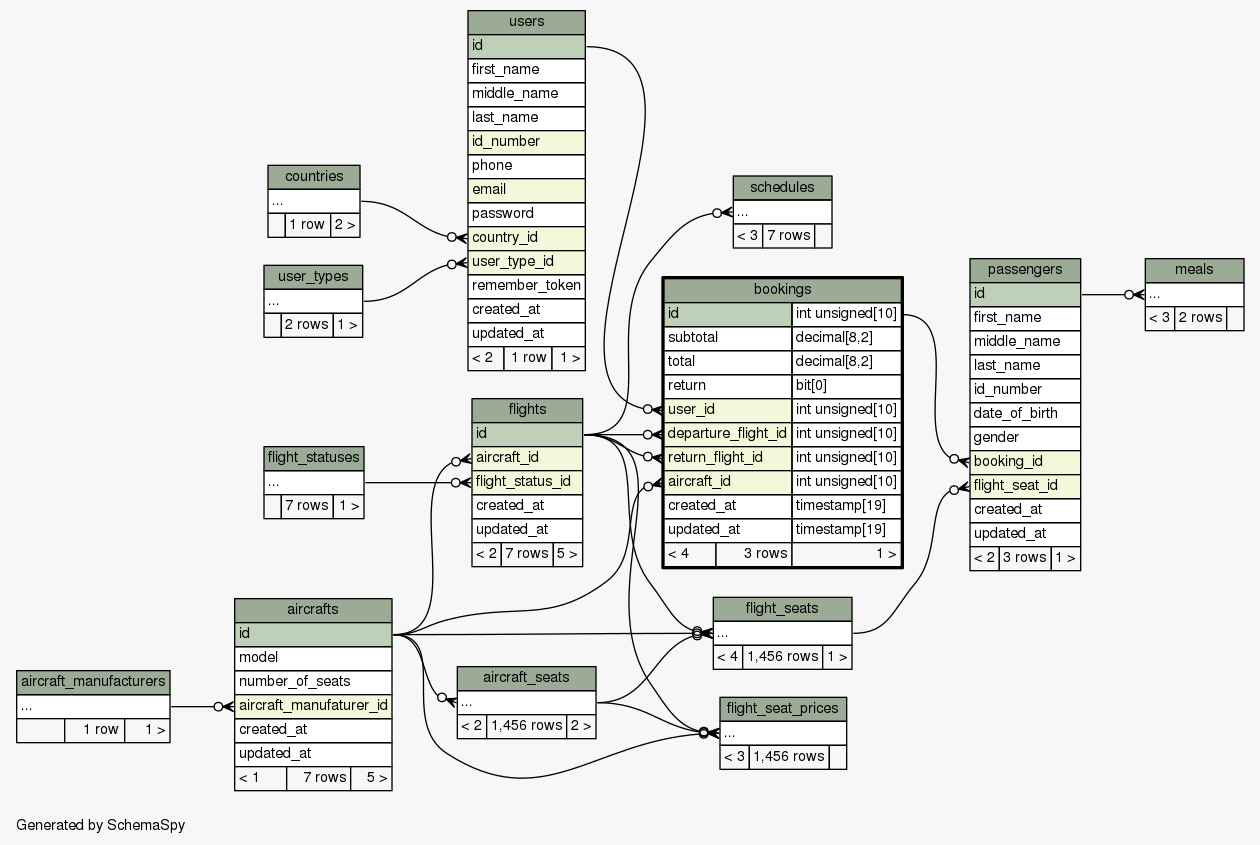
Above: web/app/database/schema/diagrams/bookings.2degrees.png in joaonzangoII/flightbookingsystem (Graphviz), before the change. Its source is kept beside it as web/app/database/schema/diagrams/bookings.1degree.dot.
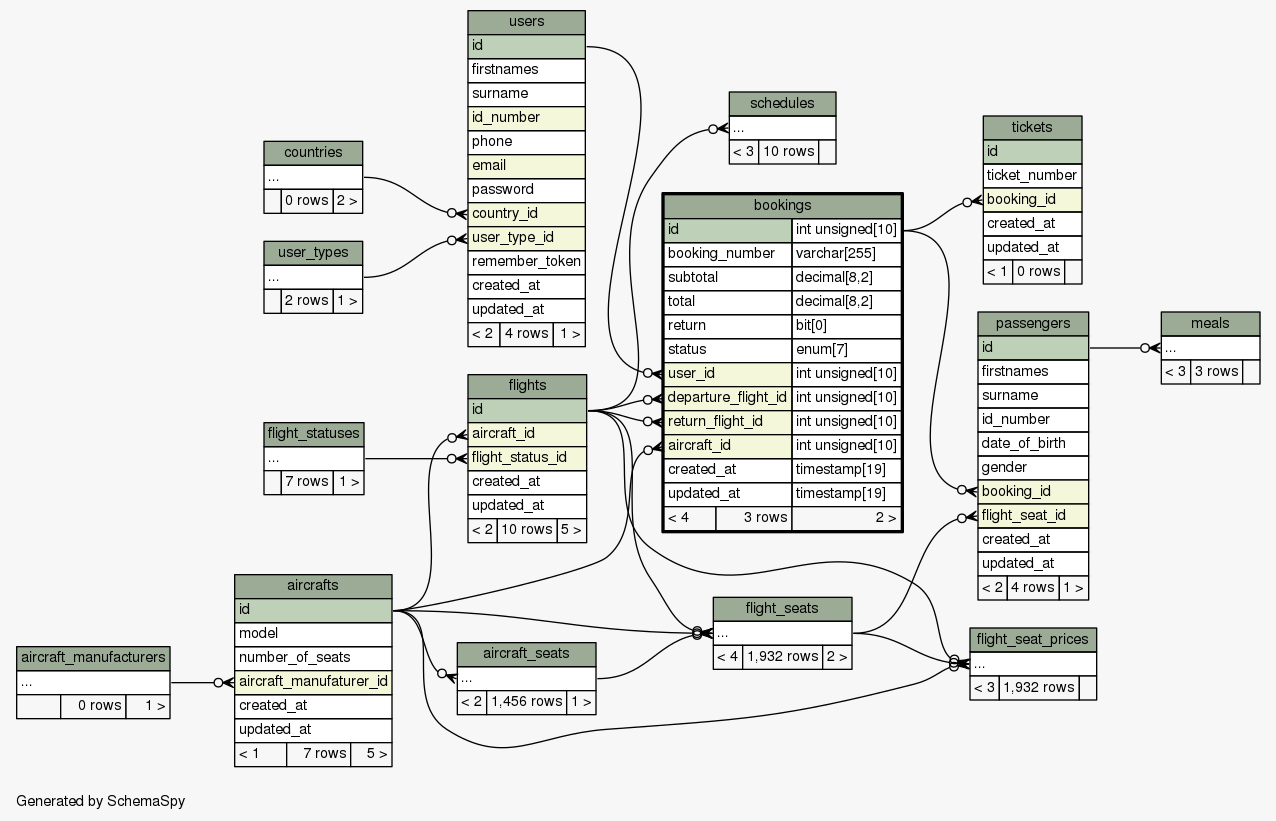
Above is the later version.

The edit, as a diff of the source:
```diff
@@ -23,6 +23,7 @@
   "bookings":"user_id":w -> "users":"id":e [arrowhead=none dir=back arrowtail=crowodot];
   "flights":"aircraft_id":w -> "aircrafts":"id":e [arrowhead=none dir=back arrowtail=crowodot];
   "passengers":"booking_id":w -> "bookings":"id.type":e [arrowhead=none dir=back arrowtail=crowodot];
+  "tickets":"booking_id":w -> "bookings":"id.type":e [arrowhead=none dir=back arrowtail=crowodot];
   "aircrafts" [
     label=<
     <TABLE BORDER="0" CELLBORDER="1" CELLSPACING="0" BGCOLOR="#ffffff">
@@ -43,16 +44,18 @@
     <TABLE BORDER="2" CELLBORDER="1" CELLSPACING="0" BGCOLOR="#ffffff">
       <TR><TD COLSPAN="3" BGCOLOR="#9bab96" ALIGN="CENTER">bookings</TD></TR>
       <TR><TD PORT="id" COLSPAN="2" BGCOLOR="#bed1b8" ALIGN="LEFT">id</TD><TD PORT="id.type" ALIGN="LEFT">int unsigned[10]</TD></TR>
+      <TR><TD PORT="booking_number" COLSPAN="2" ALIGN="LEFT">booking_number</TD><TD PORT="booking_number.type" ALIGN="LEFT">varchar[255]</TD></TR>
       <TR><TD PORT="subtotal" COLSPAN="2" ALIGN="LEFT">subtotal</TD><TD PORT="subtotal.type" ALIGN="LEFT">decimal[8,2]</TD></TR>
       <TR><TD PORT="total" COLSPAN="2" ALIGN="LEFT">total</TD><TD PORT="total.type" ALIGN="LEFT">decimal[8,2]</TD></TR>
       <TR><TD PORT="return" COLSPAN="2" ALIGN="LEFT">return</TD><TD PORT="return.type" ALIGN="LEFT">bit[0]</TD></TR>
+      <TR><TD PORT="status" COLSPAN="2" ALIGN="LEFT">status</TD><TD PORT="status.type" ALIGN="LEFT">enum[7]</TD></TR>
       <TR><TD PORT="user_id" COLSPAN="2" BGCOLOR="#f4f7da" ALIGN="LEFT">user_id</TD><TD PORT="user_id.type" ALIGN="LEFT">int unsigned[10]</TD></TR>
       <TR><TD PORT="departure_flight_id" COLSPAN="2" BGCOLOR="#f4f7da" ALIGN="LEFT">departure_flight_id</TD><TD PORT="departure_flight_id.type" ALIGN="LEFT">int unsigned[10]</TD></TR>
       <TR><TD PORT="return_flight_id" COLSPAN="2" BGCOLOR="#f4f7da" ALIGN="LEFT">return_flight_id</TD><TD PORT="return_flight_id.type" ALIGN="LEFT">int unsigned[10]</TD></TR>
       <TR><TD PORT="aircraft_id" COLSPAN="2" BGCOLOR="#f4f7da" ALIGN="LEFT">aircraft_id</TD><TD PORT="aircraft_id.type" ALIGN="LEFT">int unsigned[10]</TD></TR>
       <TR><TD PORT="created_at" COLSPAN="2" ALIGN="LEFT">created_at</TD><TD PORT="created_at.type" ALIGN="LEFT">timestamp[19]</TD></TR>
       <TR><TD PORT="updated_at" COLSPAN="2" ALIGN="LEFT">updated_at</TD><TD PORT="updated_at.type" ALIGN="LEFT">timestamp[19]</TD></TR>
-      <TR><TD ALIGN="LEFT" BGCOLOR="#f7f7f7">&lt; 4</TD><TD ALIGN="RIGHT" BGCOLOR="#f7f7f7">3 rows</TD><TD ALIGN="RIGHT" BGCOLOR="#f7f7f7">1 &gt;</TD></TR>
+      <TR><TD ALIGN="LEFT" BGCOLOR="#f7f7f7">&lt; 4</TD><TD ALIGN="RIGHT" BGCOLOR="#f7f7f7">3 rows</TD><TD ALIGN="RIGHT" BGCOLOR="#f7f7f7">2 &gt;</TD></TR>
     </TABLE>>
     URL="bookings.html"
     tooltip="bookings"
@@ -66,7 +69,7 @@
       <TR><TD PORT="flight_status_id" COLSPAN="3" BGCOLOR="#f4f7da" ALIGN="LEFT">flight_status_id</TD></TR>
       <TR><TD PORT="created_at" COLSPAN="3" ALIGN="LEFT">created_at</TD></TR>
       <TR><TD PORT="updated_at" COLSPAN="3" ALIGN="LEFT">updated_at</TD></TR>
-      <TR><TD ALIGN="LEFT" BGCOLOR="#f7f7f7">&lt; 2</TD><TD ALIGN="RIGHT" BGCOLOR="#f7f7f7">7 rows</TD><TD ALIGN="RIGHT" BGCOLOR="#f7f7f7">5 &gt;</TD></TR>
+      <TR><TD ALIGN="LEFT" BGCOLOR="#f7f7f7">&lt; 2</TD><TD ALIGN="RIGHT" BGCOLOR="#f7f7f7">10 rows</TD><TD ALIGN="RIGHT" BGCOLOR="#f7f7f7">5 &gt;</TD></TR>
     </TABLE>>
     URL="flights.html"
     tooltip="flights"
@@ -76,9 +79,8 @@
     <TABLE BORDER="0" CELLBORDER="1" CELLSPACING="0" BGCOLOR="#ffffff">
       <TR><TD COLSPAN="3" BGCOLOR="#9bab96" ALIGN="CENTER">passengers</TD></TR>
       <TR><TD PORT="id" COLSPAN="3" BGCOLOR="#bed1b8" ALIGN="LEFT">id</TD></TR>
-      <TR><TD PORT="first_name" COLSPAN="3" ALIGN="LEFT">first_name</TD></TR>
-      <TR><TD PORT="middle_name" COLSPAN="3" ALIGN="LEFT">middle_name</TD></TR>
-      <TR><TD PORT="last_name" COLSPAN="3" ALIGN="LEFT">last_name</TD></TR>
+      <TR><TD PORT="firstnames" COLSPAN="3" ALIGN="LEFT">firstnames</TD></TR>
+      <TR><TD PORT="surname" COLSPAN="3" ALIGN="LEFT">surname</TD></TR>
       <TR><TD PORT="id_number" COLSPAN="3" ALIGN="LEFT">id_number</TD></TR>
       <TR><TD PORT="date_of_birth" COLSPAN="3" ALIGN="LEFT">date_of_birth</TD></TR>
       <TR><TD PORT="gender" COLSPAN="3" ALIGN="LEFT">gender</TD></TR>
@@ -86,19 +88,32 @@
       <TR><TD PORT="flight_seat_id" COLSPAN="3" BGCOLOR="#f4f7da" ALIGN="LEFT">flight_seat_id</TD></TR>
       <TR><TD PORT="created_at" COLSPAN="3" ALIGN="LEFT">created_at</TD></TR>
       <TR><TD PORT="updated_at" COLSPAN="3" ALIGN="LEFT">updated_at</TD></TR>
-      <TR><TD ALIGN="LEFT" BGCOLOR="#f7f7f7">&lt; 2</TD><TD ALIGN="RIGHT" BGCOLOR="#f7f7f7">3 rows</TD><TD ALIGN="RIGHT" BGCOLOR="#f7f7f7">1 &gt;</TD></TR>
+      <TR><TD ALIGN="LEFT" BGCOLOR="#f7f7f7">&lt; 2</TD><TD ALIGN="RIGHT" BGCOLOR="#f7f7f7">4 rows</TD><TD ALIGN="RIGHT" BGCOLOR="#f7f7f7">1 &gt;</TD></TR>
     </TABLE>>
     URL="passengers.html"
     tooltip="passengers"
+  ];
+  "tickets" [
+    label=<
+    <TABLE BORDER="0" CELLBORDER="1" CELLSPACING="0" BGCOLOR="#ffffff">
+      <TR><TD COLSPAN="3" BGCOLOR="#9bab96" ALIGN="CENTER">tickets</TD></TR>
+      <TR><TD PORT="id" COLSPAN="3" BGCOLOR="#bed1b8" ALIGN="LEFT">id</TD></TR>
+      <TR><TD PORT="ticket_number" COLSPAN="3" ALIGN="LEFT">ticket_number</TD></TR>
+      <TR><TD PORT="booking_id" COLSPAN="3" BGCOLOR="#f4f7da" ALIGN="LEFT">booking_id</TD></TR>
+      <TR><TD PORT="created_at" COLSPAN="3" ALIGN="LEFT">created_at</TD></TR>
+      <TR><TD PORT="updated_at" COLSPAN="3" ALIGN="LEFT">updated_at</TD></TR>
+      <TR><TD ALIGN="LEFT" BGCOLOR="#f7f7f7">&lt; 1</TD><TD ALIGN="RIGHT" BGCOLOR="#f7f7f7">0 rows</TD><TD ALIGN="RIGHT" BGCOLOR="#f7f7f7">  </TD></TR>
+    </TABLE>>
+    URL="tickets.html"
+    tooltip="tickets"
   ];
   "users" [
     label=<
     <TABLE BORDER="0" CELLBORDER="1" CELLSPACING="0" BGCOLOR="#ffffff">
       <TR><TD COLSPAN="3" BGCOLOR="#9bab96" ALIGN="CENTER">users</TD></TR>
       <TR><TD PORT="id" COLSPAN="3" BGCOLOR="#bed1b8" ALIGN="LEFT">id</TD></TR>
-      <TR><TD PORT="first_name" COLSPAN="3" ALIGN="LEFT">first_name</TD></TR>
-      <TR><TD PORT="middle_name" COLSPAN="3" ALIGN="LEFT">middle_name</TD></TR>
-      <TR><TD PORT="last_name" COLSPAN="3" ALIGN="LEFT">last_name</TD></TR>
+      <TR><TD PORT="firstnames" COLSPAN="3" ALIGN="LEFT">firstnames</TD></TR>
+      <TR><TD PORT="surname" COLSPAN="3" ALIGN="LEFT">surname</TD></TR>
       <TR><TD PORT="id_number" COLSPAN="3" BGCOLOR="#f4f7da" ALIGN="LEFT">id_number</TD></TR>
       <TR><TD PORT="phone" COLSPAN="3" ALIGN="LEFT">phone</TD></TR>
       <TR><TD PORT="email" COLSPAN="3" BGCOLOR="#f4f7da" ALIGN="LEFT">email</TD></TR>
@@ -108,7 +123,7 @@
       <TR><TD PORT="remember_token" COLSPAN="3" ALIGN="LEFT">remember_token</TD></TR>
       <TR><TD PORT="created_at" COLSPAN="3" ALIGN="LEFT">created_at</TD></TR>
       <TR><TD PORT="updated_at" COLSPAN="3" ALIGN="LEFT">updated_at</TD></TR>
-      <TR><TD ALIGN="LEFT" BGCOLOR="#f7f7f7">&lt; 2</TD><TD ALIGN="RIGHT" BGCOLOR="#f7f7f7">1 row</TD><TD ALIGN="RIGHT" BGCOLOR="#f7f7f7">1 &gt;</TD></TR>
+      <TR><TD ALIGN="LEFT" BGCOLOR="#f7f7f7">&lt; 2</TD><TD ALIGN="RIGHT" BGCOLOR="#f7f7f7">4 rows</TD><TD ALIGN="RIGHT" BGCOLOR="#f7f7f7">1 &gt;</TD></TR>
     </TABLE>>
     URL="users.html"
     tooltip="users"
```
